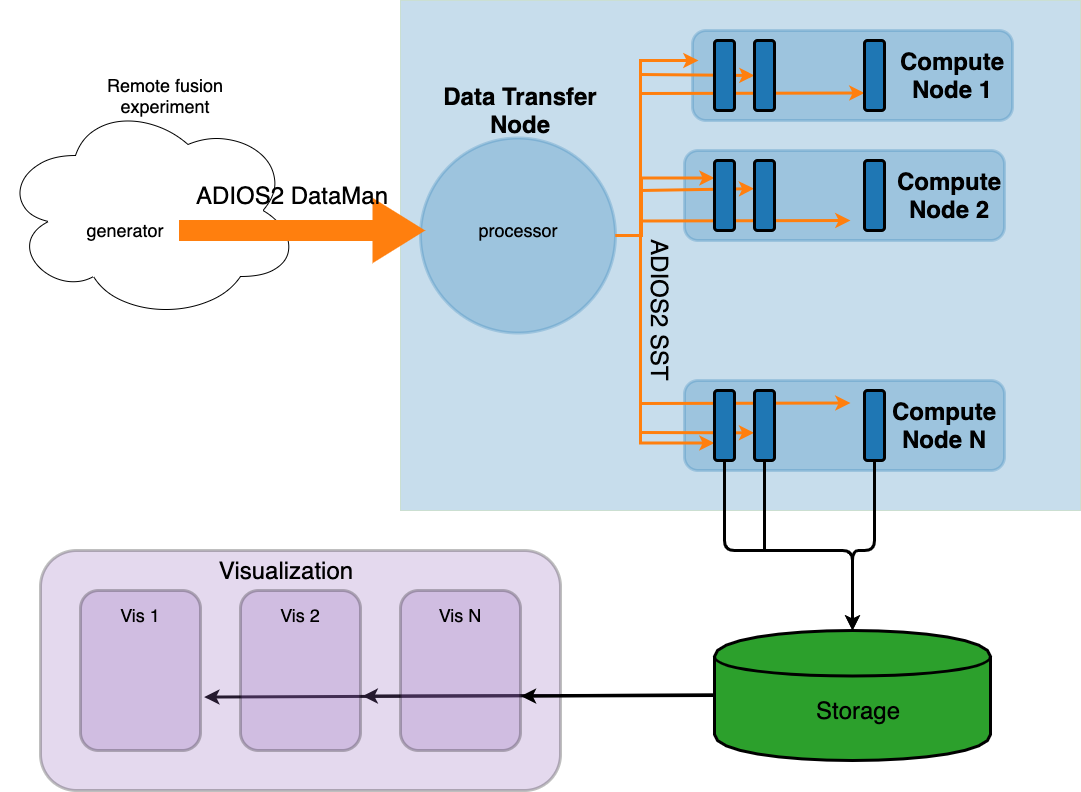
This is papers/ralph_kube/plots/delta_arch.png from scipy-conference/scipy_proceedings, a draw.io export, as it was before one commit. Source tidied: cells renumbered, new cells last; positions are measured from the earlier drawing's top-left corner, leaving out a move shared by most shapes.
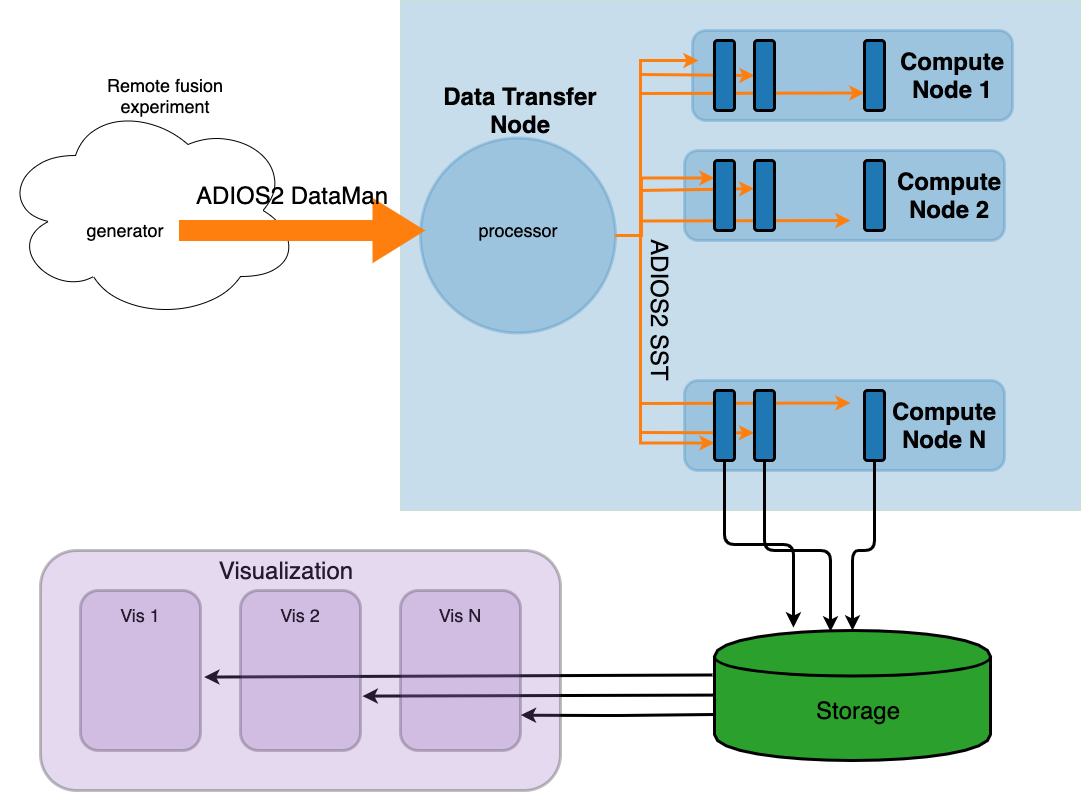
After the commit.

Commit message:
More on workflow implementation

Diff of the diagram source:
```diff
@@ -7,9 +7,10 @@
         <mxPoint x="714" y="694.6" as="sourcePoint" />
       </mxGeometry>
     </mxCell>
-    <mxCell id="3" style="endArrow=classic;html=1;strokeColor=#000000;strokeWidth=3;fontFamily=Helvetica;fontSize=24;exitX=0;exitY=0.5;exitDx=0;exitDy=0;entryX=1.031;entryY=0.666;entryDx=0;entryDy=0;entryPerimeter=0;" parent="1" edge="1" target="41">
+    <mxCell id="3" style="endArrow=classic;html=1;strokeColor=#000000;strokeWidth=3;fontFamily=Helvetica;fontSize=24;exitX=0;exitY=0.5;exitDx=0;exitDy=0;entryX=1.031;entryY=0.666;entryDx=0;entryDy=0;entryPerimeter=0;" parent="1" edge="1">
       <mxGeometry relative="1" as="geometry">
-        <mxPoint x="712" y="694.5" as="sourcePoint" />
+        <mxPoint x="712" y="674.5" as="sourcePoint" />
+        <mxPoint x="203.7" y="676.6" as="targetPoint" />
       </mxGeometry>
     </mxCell>
     <mxCell id="4" style="ellipse;shape=cloud;whiteSpace=wrap;html=1;" parent="1" vertex="1">
@@ -118,13 +119,6 @@
     <mxCell id="28" value="ADIOS2 SST" style="text;html=1;strokeColor=none;fillColor=none;align=center;verticalAlign=middle;whiteSpace=wrap;rounded=0;fontFamily=Helvetica;fontSize=24;opacity=25;direction=east;rotation=90;" parent="1" vertex="1">
       <mxGeometry x="580" y="300" width="160" height="20" as="geometry" />
     </mxCell>
-    <mxCell id="29" style="edgeStyle=elbowEdgeStyle;elbow=vertical;endArrow=classic;html=1;strokeColor=#000000;strokeWidth=3;fontFamily=Helvetica;fontSize=24;entryX=0.5;entryY=0;entryDx=0;entryDy=0;exitX=0.5;exitY=1;exitDx=0;exitDy=0;" parent="1" edge="1" source="32" target="14">
-      <mxGeometry relative="1" as="geometry">
-        <Array as="points">
-          <mxPoint x="790" y="550" />
-        </Array>
-      </mxGeometry>
-    </mxCell>
     <mxCell id="30" style="edgeStyle=elbowEdgeStyle;elbow=vertical;endArrow=classic;html=1;strokeColor=#000000;strokeWidth=3;fontFamily=Helvetica;fontSize=24;entryX=0.5;entryY=0;entryDx=0;entryDy=0;exitX=0.5;exitY=1;exitDx=0;exitDy=0;" parent="1" edge="1" source="16" target="14">
       <mxGeometry relative="1" as="geometry">
         <Array as="points">
@@ -132,11 +126,6 @@
         </Array>
       </mxGeometry>
     </mxCell>
-    <mxCell id="31" style="endArrow=none;html=1;strokeColor=#000000;strokeWidth=3;fontFamily=Helvetica;fontSize=24;entryX=0.5;entryY=1;entryDx=0;entryDy=0;" parent="1" edge="1" target="33">
-      <mxGeometry relative="1" as="geometry">
-        <mxPoint x="764" y="550" as="sourcePoint" />
-      </mxGeometry>
-    </mxCell>
     <mxCell id="32" style="rounded=1;whiteSpace=wrap;html=1;fillColor=#1F77B4;fontFamily=Helvetica;fontSize=36;strokeWidth=3;" parent="1" vertex="1">
       <mxGeometry x="714" y="390" width="20" height="70" as="geometry" />
     </mxCell>
@@ -161,17 +150,20 @@
     <mxCell id="39" value="Storage" style="text;html=1;strokeColor=none;fillColor=none;align=center;verticalAlign=middle;whiteSpace=wrap;rounded=0;fontFamily=Helvetica;fontSize=24;opacity=25;" parent="1" vertex="1">
       <mxGeometry x="790" y="700" width="136" height="20" as="geometry" />
     </mxCell>
-    <mxCell id="40" style="html=1;dashed=0;whitespace=wrap;rounded=1;strokeColor=#000000;strokeWidth=3;fillColor=#9467bd;fontFamily=Helvetica;fontSize=24;opacity=25;" parent="1" vertex="1">
-      <mxGeometry x="40" y="550" width="520" height="240" as="geometry" />
-    </mxCell>
     <mxCell id="41" style="html=1;dashed=0;whitespace=wrap;rounded=1;strokeColor=#000000;strokeWidth=3;fillColor=#9467bd;fontFamily=Helvetica;fontSize=24;opacity=25;" parent="1" vertex="1">
       <mxGeometry x="80" y="590" width="120" height="160" as="geometry" />
     </mxCell>
     <mxCell id="42" value="Visualization" style="text;html=1;strokeColor=none;fillColor=none;align=center;verticalAlign=middle;whiteSpace=wrap;rounded=0;fontFamily=Helvetica;fontSize=24;opacity=25;" parent="1" vertex="1">
       <mxGeometry x="196" y="560" width="180" height="20" as="geometry" />
     </mxCell>
-    <mxCell id="43" style="endArrow=classic;html=1;strokeColor=#000000;strokeWidth=3;fontFamily=Helvetica;fontSize=24;exitX=0;exitY=0.5;exitDx=0;exitDy=0;entryX=1.003;entryY=0.66;entryDx=0;entryDy=0;entryPerimeter=0;" parent="1" edge="1" source="14" target="44">
-      <mxGeometry relative="1" as="geometry" />
+    <mxCell id="43" style="endArrow=classic;html=1;strokeColor=#000000;strokeWidth=3;fontFamily=Helvetica;fontSize=24;exitX=0;exitY=0.5;exitDx=0;exitDy=0;entryX=1.003;entryY=0.66;entryDx=0;entryDy=0;entryPerimeter=0;" parent="1" edge="1">
+      <mxGeometry relative="1" as="geometry">
+        <mxPoint x="714" y="714" as="sourcePoint" />
+        <mxPoint x="520.4" y="714.6" as="targetPoint" />
+        <Array as="points">
+          <mxPoint x="610" y="715" />
+        </Array>
+      </mxGeometry>
     </mxCell>
     <mxCell id="44" style="html=1;dashed=0;whitespace=wrap;rounded=1;strokeColor=#000000;strokeWidth=3;fillColor=#9467bd;fontFamily=Helvetica;fontSize=24;opacity=25;" parent="1" vertex="1">
       <mxGeometry x="400" y="590" width="120" height="160" as="geometry" />
@@ -197,5 +189,21 @@
     <mxCell id="51" value="generator" style="text;html=1;strokeColor=none;fillColor=none;align=center;verticalAlign=middle;whiteSpace=wrap;rounded=0;fontFamily=Helvetica;fontSize=18;opacity=25;" parent="1" vertex="1">
       <mxGeometry x="70" y="220" width="110" height="20" as="geometry" />
     </mxCell>
+    <mxCell id="52" style="edgeStyle=elbowEdgeStyle;elbow=vertical;endArrow=classic;html=1;exitX=0.5;exitY=1;exitDx=0;exitDy=0;strokeWidth=3;" parent="1" edge="1" source="33">
+      <mxGeometry relative="1" as="geometry">
+        <mxPoint x="830" y="631" as="targetPoint" />
+        <Array as="points">
+          <mxPoint x="850" y="550" />
+          <mxPoint x="821" y="550" />
+          <mxPoint x="800" y="550" />
+        </Array>
+      </mxGeometry>
+    </mxCell>
+    <mxCell id="29" style="edgeStyle=elbowEdgeStyle;elbow=vertical;endArrow=classic;html=1;strokeWidth=3;entryX=0.286;entryY=-0.023;entryDx=0;entryDy=0;entryPerimeter=0;exitX=0.5;exitY=1;exitDx=0;exitDy=0;" parent="1" edge="1" source="32" target="14">
+      <mxGeometry relative="1" as="geometry" />
+    </mxCell>
+    <mxCell id="40" style="html=1;dashed=0;whitespace=wrap;rounded=1;strokeColor=#000000;strokeWidth=3;fillColor=#9467bd;fontFamily=Helvetica;fontSize=24;opacity=25;" parent="1" vertex="1">
+      <mxGeometry x="40" y="550" width="520" height="240" as="geometry" />
+    </mxCell>
   </root>
 </mxGraphModel>
```
